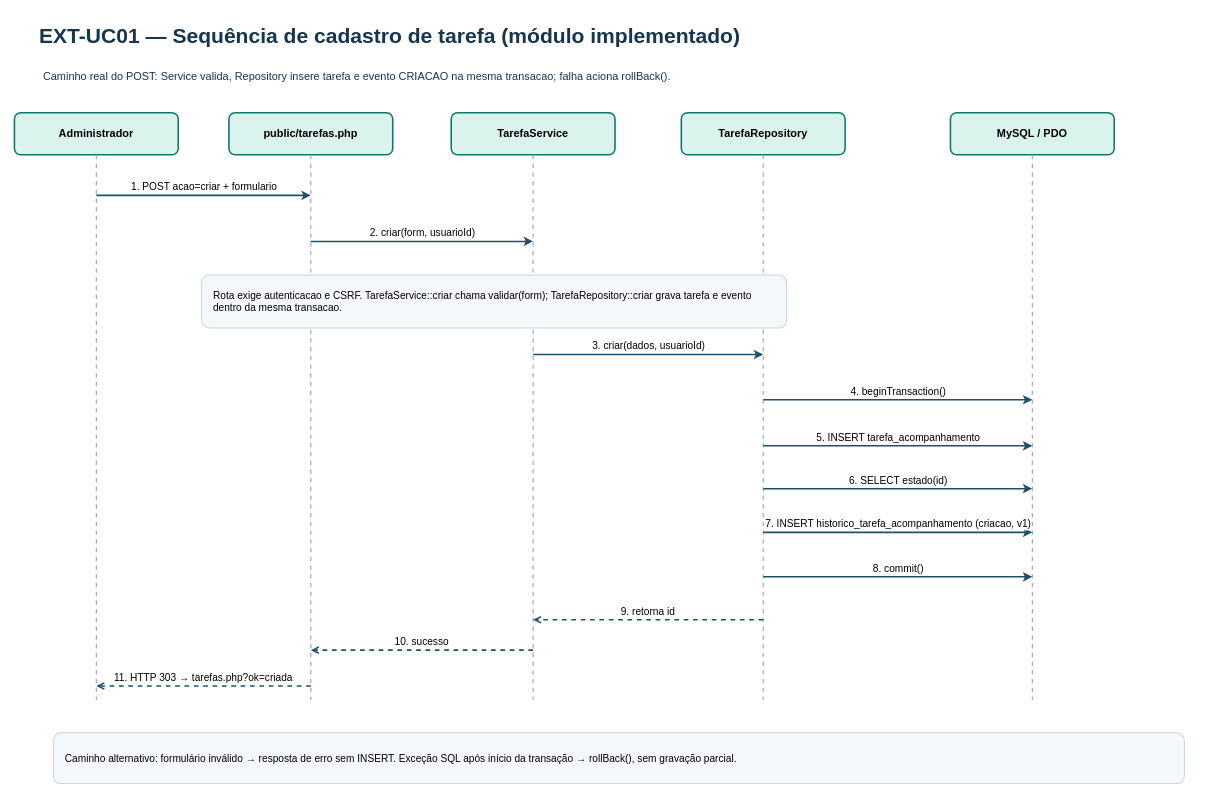
This is page "08 - EXT cadastro de tarefa" (8 of 9) of diagramas-corrigidos-editaveis/00-MONITORRENOVA-DIAGRAMAS-ROTEIROS-CORRIGIDOS.drawio from brunorobertocataneo/Monitorrenova, a draw.io file, before an edit. Source tidied: cells renumbered, new cells numbered last; positions are measured from the earlier drawing's top-left corner, leaving out a move shared by most shapes. Both pictures are drawn from the tidied source at 78%, with x=0, y=0 at pixel (14, 13).
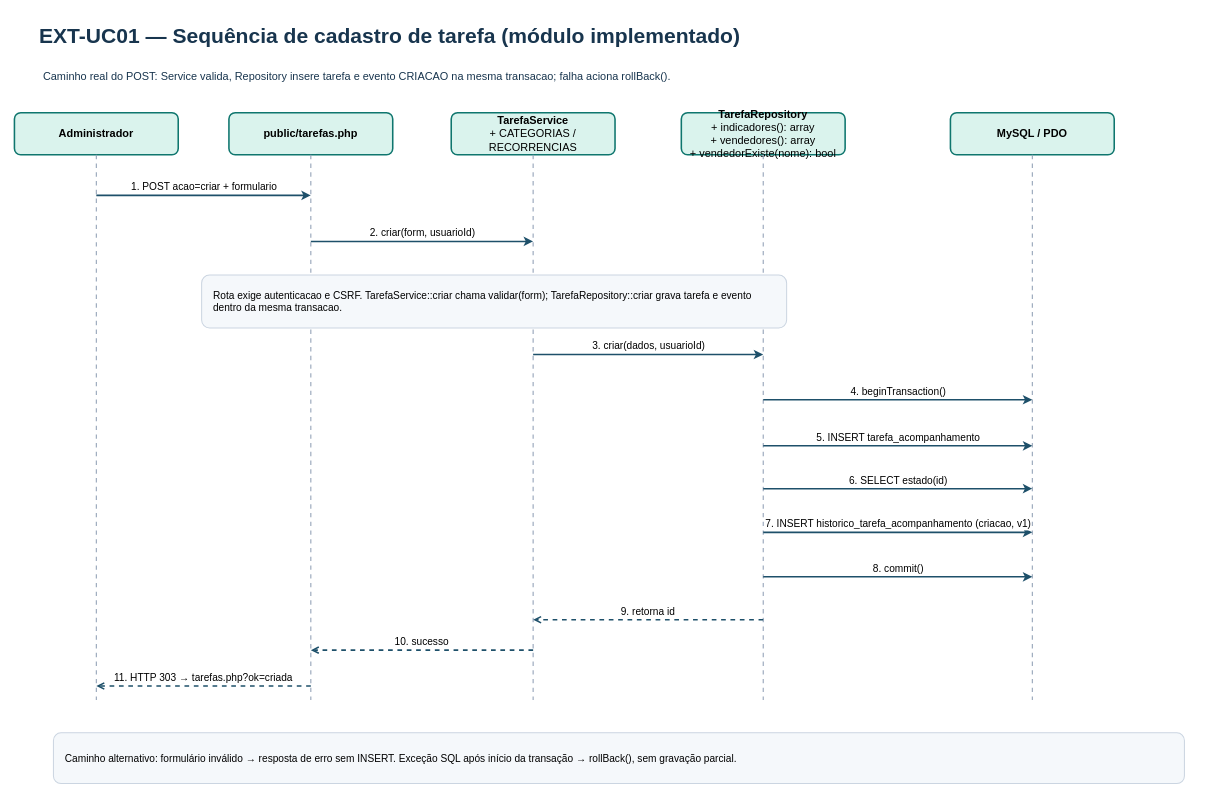
The same diagram, later.

The edit, as a diff of the source:
```diff
@@
-    <mxCell id="8" value="&lt;b&gt;TarefaService&lt;/b&gt;" style="rounded=1;whiteSpace=wrap;html=1;fillColor=#DAF3ED;strokeColor=#0F766E;strokeWidth=2;align=center;verticalAlign=middle;fontSize=14;" parent="1" vertex="1">
+    <mxCell id="8" value="&lt;b&gt;TarefaService&lt;/b&gt;&lt;br/&gt;+ CATEGORIAS / RECORRENCIAS" style="rounded=1;whiteSpace=wrap;html=1;fillColor=#DAF3ED;strokeColor=#0F766E;strokeWidth=2;align=center;verticalAlign=middle;fontSize=14;" parent="1" vertex="1">
       <mxGeometry x="560" y="127" width="210" height="54" as="geometry" />
     </mxCell>
@@
-    <mxCell id="10" value="&lt;b&gt;TarefaRepository&lt;/b&gt;" style="rounded=1;whiteSpace=wrap;html=1;fillColor=#DAF3ED;strokeColor=#0F766E;strokeWidth=2;align=center;verticalAlign=middle;fontSize=14;" parent="1" vertex="1">
+    <mxCell id="10" value="&lt;b&gt;TarefaRepository&lt;/b&gt;&lt;br/&gt;+ indicadores(): array&lt;br/&gt;+ vendedores(): array&lt;br/&gt;+ vendedorExiste(nome): bool" style="rounded=1;whiteSpace=wrap;html=1;fillColor=#DAF3ED;strokeColor=#0F766E;strokeWidth=2;align=center;verticalAlign=middle;fontSize=14;" parent="1" vertex="1">
       <mxGeometry x="855" y="127" width="210" height="54" as="geometry" />
     </mxCell>
```
